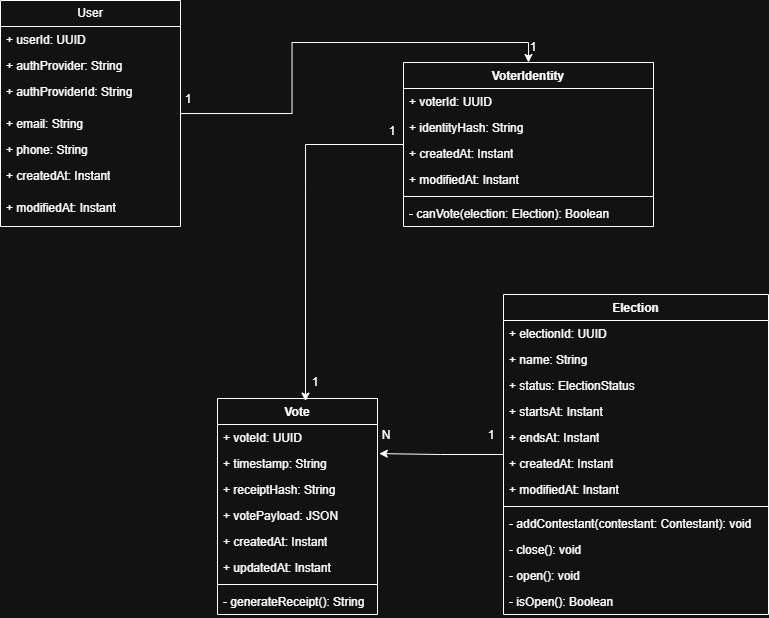
Above: images/class_diagram_v4.png in andreixmartins/arch-kata2 (draw.io), before the change. Source tidied: cells renumbered, new cells last; positions are measured from the earlier drawing's top-left corner, leaving out a move shared by most shapes.
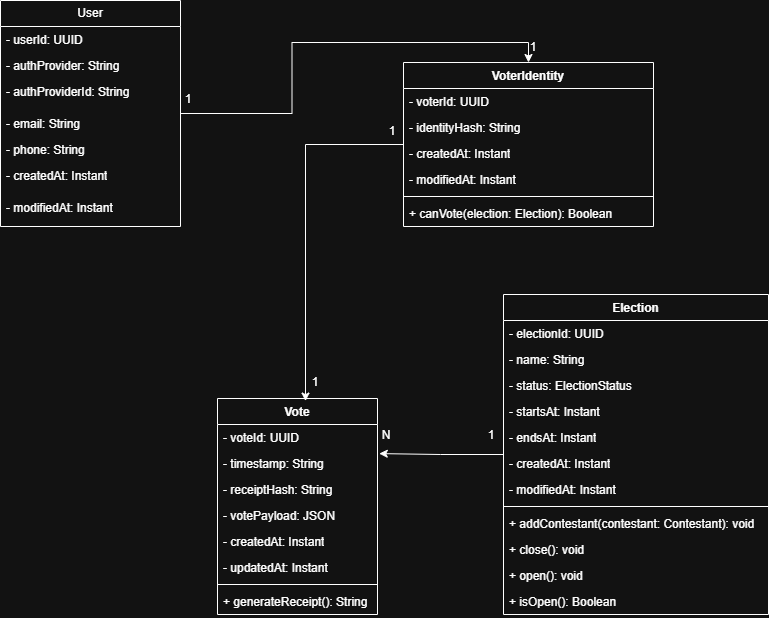
After the change.

Commit message:
FFucks - Updated class diagram

The edit, as a diff of the source:
```diff
@@ -8,112 +8,112 @@
     <mxCell id="3" value="User" style="swimlane;fontStyle=0;horizontal=1;startSize=26;fillColor=none;whiteSpace=wrap;html=1;" parent="1" vertex="1">
       <mxGeometry width="180" height="226" as="geometry" />
     </mxCell>
-    <mxCell id="4" value="+ userId: UUID" style="text;strokeColor=none;fillColor=none;align=left;verticalAlign=top;spacingLeft=4;spacingRight=4;overflow=hidden;whiteSpace=wrap;html=1;" parent="3" vertex="1">
+    <mxCell id="4" value="- userId: UUID" style="text;strokeColor=none;fillColor=none;align=left;verticalAlign=top;spacingLeft=4;spacingRight=4;overflow=hidden;whiteSpace=wrap;html=1;" parent="3" vertex="1">
       <mxGeometry y="26" width="180" height="26" as="geometry" />
     </mxCell>
-    <mxCell id="5" value="+ authProvider: String" style="text;strokeColor=none;fillColor=none;align=left;verticalAlign=top;spacingLeft=4;spacingRight=4;overflow=hidden;whiteSpace=wrap;html=1;" parent="3" vertex="1">
+    <mxCell id="5" value="- authProvider: String" style="text;strokeColor=none;fillColor=none;align=left;verticalAlign=top;spacingLeft=4;spacingRight=4;overflow=hidden;whiteSpace=wrap;html=1;" parent="3" vertex="1">
       <mxGeometry y="52" width="180" height="26" as="geometry" />
     </mxCell>
-    <mxCell id="6" value="+ authProviderId: String" style="text;strokeColor=none;fillColor=none;align=left;verticalAlign=top;spacingLeft=4;spacingRight=4;overflow=hidden;whiteSpace=wrap;html=1;" parent="3" vertex="1">
+    <mxCell id="6" value="- authProviderId: String" style="text;strokeColor=none;fillColor=none;align=left;verticalAlign=top;spacingLeft=4;spacingRight=4;overflow=hidden;whiteSpace=wrap;html=1;" parent="3" vertex="1">
       <mxGeometry y="78" width="180" height="32" as="geometry" />
     </mxCell>
-    <mxCell id="7" value="+ email: String" style="text;strokeColor=none;fillColor=none;align=left;verticalAlign=top;spacingLeft=4;spacingRight=4;overflow=hidden;whiteSpace=wrap;html=1;" parent="3" vertex="1">
+    <mxCell id="7" value="- email: String" style="text;strokeColor=none;fillColor=none;align=left;verticalAlign=top;spacingLeft=4;spacingRight=4;overflow=hidden;whiteSpace=wrap;html=1;" parent="3" vertex="1">
       <mxGeometry y="110" width="180" height="26" as="geometry" />
     </mxCell>
-    <mxCell id="8" value="+ phone: String" style="text;strokeColor=none;fillColor=none;align=left;verticalAlign=top;spacingLeft=4;spacingRight=4;overflow=hidden;whiteSpace=wrap;html=1;" parent="3" vertex="1">
+    <mxCell id="8" value="- phone: String" style="text;strokeColor=none;fillColor=none;align=left;verticalAlign=top;spacingLeft=4;spacingRight=4;overflow=hidden;whiteSpace=wrap;html=1;" parent="3" vertex="1">
       <mxGeometry y="136" width="180" height="26" as="geometry" />
     </mxCell>
-    <mxCell id="9" value="+ createdAt: Instant" style="text;strokeColor=none;fillColor=none;align=left;verticalAlign=top;spacingLeft=4;spacingRight=4;overflow=hidden;whiteSpace=wrap;html=1;" parent="3" vertex="1">
+    <mxCell id="9" value="- createdAt: Instant" style="text;strokeColor=none;fillColor=none;align=left;verticalAlign=top;spacingLeft=4;spacingRight=4;overflow=hidden;whiteSpace=wrap;html=1;" parent="3" vertex="1">
       <mxGeometry y="162" width="180" height="32" as="geometry" />
     </mxCell>
-    <mxCell id="10" value="+ modifiedAt: Instant" style="text;strokeColor=none;fillColor=none;align=left;verticalAlign=top;spacingLeft=4;spacingRight=4;overflow=hidden;whiteSpace=wrap;html=1;" parent="3" vertex="1">
+    <mxCell id="10" value="- modifiedAt: Instant" style="text;strokeColor=none;fillColor=none;align=left;verticalAlign=top;spacingLeft=4;spacingRight=4;overflow=hidden;whiteSpace=wrap;html=1;" parent="3" vertex="1">
       <mxGeometry y="194" width="180" height="32" as="geometry" />
     </mxCell>
     <mxCell id="11" value="VoterIdentity" style="swimlane;fontStyle=1;align=center;verticalAlign=top;horizontal=1;startSize=26;whiteSpace=wrap;html=1;" parent="1" vertex="1">
       <mxGeometry x="403" y="62" width="250" height="164" as="geometry" />
     </mxCell>
-    <mxCell id="12" value="+ voterId: UUID" style="text;strokeColor=none;fillColor=none;align=left;verticalAlign=top;spacingLeft=4;spacingRight=4;overflow=hidden;whiteSpace=wrap;html=1;" parent="11" vertex="1">
+    <mxCell id="12" value="- voterId: UUID" style="text;strokeColor=none;fillColor=none;align=left;verticalAlign=top;spacingLeft=4;spacingRight=4;overflow=hidden;whiteSpace=wrap;html=1;" parent="11" vertex="1">
       <mxGeometry y="26" width="250" height="26" as="geometry" />
     </mxCell>
-    <mxCell id="13" value="+ identityHash: String" style="text;strokeColor=none;fillColor=none;align=left;verticalAlign=top;spacingLeft=4;spacingRight=4;overflow=hidden;whiteSpace=wrap;html=1;" parent="11" vertex="1">
+    <mxCell id="13" value="- identityHash: String" style="text;strokeColor=none;fillColor=none;align=left;verticalAlign=top;spacingLeft=4;spacingRight=4;overflow=hidden;whiteSpace=wrap;html=1;" parent="11" vertex="1">
       <mxGeometry y="52" width="250" height="26" as="geometry" />
     </mxCell>
-    <mxCell id="14" value="+ createdAt: Instant" style="text;strokeColor=none;fillColor=none;align=left;verticalAlign=top;spacingLeft=4;spacingRight=4;overflow=hidden;whiteSpace=wrap;html=1;" parent="11" vertex="1">
+    <mxCell id="14" value="- createdAt: Instant" style="text;strokeColor=none;fillColor=none;align=left;verticalAlign=top;spacingLeft=4;spacingRight=4;overflow=hidden;whiteSpace=wrap;html=1;" parent="11" vertex="1">
       <mxGeometry y="78" width="250" height="26" as="geometry" />
     </mxCell>
-    <mxCell id="15" value="+ modifiedAt: Instant" style="text;strokeColor=none;fillColor=none;align=left;verticalAlign=top;spacingLeft=4;spacingRight=4;overflow=hidden;whiteSpace=wrap;html=1;" parent="11" vertex="1">
+    <mxCell id="15" value="- modifiedAt: Instant" style="text;strokeColor=none;fillColor=none;align=left;verticalAlign=top;spacingLeft=4;spacingRight=4;overflow=hidden;whiteSpace=wrap;html=1;" parent="11" vertex="1">
       <mxGeometry y="104" width="250" height="26" as="geometry" />
     </mxCell>
     <mxCell id="16" style="line;strokeWidth=1;fillColor=none;align=left;verticalAlign=middle;spacingTop=-1;spacingLeft=3;spacingRight=3;labelPosition=right;strokeColor=inherit;" parent="11" vertex="1">
       <mxGeometry y="130" width="250" height="8" as="geometry" />
     </mxCell>
-    <mxCell id="17" value="- canVote(election: Election): Boolean" style="text;strokeColor=none;fillColor=none;align=left;verticalAlign=top;spacingLeft=4;spacingRight=4;overflow=hidden;whiteSpace=wrap;html=1;" parent="11" vertex="1">
+    <mxCell id="17" value="+ canVote(election: Election): Boolean" style="text;strokeColor=none;fillColor=none;align=left;verticalAlign=top;spacingLeft=4;spacingRight=4;overflow=hidden;whiteSpace=wrap;html=1;" parent="11" vertex="1">
       <mxGeometry y="138" width="250" height="26" as="geometry" />
     </mxCell>
     <mxCell id="18" value="Election" style="swimlane;fontStyle=1;align=center;verticalAlign=top;horizontal=1;startSize=26;whiteSpace=wrap;html=1;" parent="1" vertex="1">
       <mxGeometry x="503" y="294" width="265" height="320" as="geometry" />
     </mxCell>
-    <mxCell id="19" value="+ electionId: UUID" style="text;strokeColor=none;fillColor=none;align=left;verticalAlign=top;spacingLeft=4;spacingRight=4;overflow=hidden;whiteSpace=wrap;html=1;" parent="18" vertex="1">
+    <mxCell id="19" value="- electionId: UUID" style="text;strokeColor=none;fillColor=none;align=left;verticalAlign=top;spacingLeft=4;spacingRight=4;overflow=hidden;whiteSpace=wrap;html=1;" parent="18" vertex="1">
       <mxGeometry y="26" width="265" height="26" as="geometry" />
     </mxCell>
-    <mxCell id="20" value="+ name: String" style="text;strokeColor=none;fillColor=none;align=left;verticalAlign=top;spacingLeft=4;spacingRight=4;overflow=hidden;whiteSpace=wrap;html=1;" parent="18" vertex="1">
+    <mxCell id="20" value="- name: String" style="text;strokeColor=none;fillColor=none;align=left;verticalAlign=top;spacingLeft=4;spacingRight=4;overflow=hidden;whiteSpace=wrap;html=1;" parent="18" vertex="1">
       <mxGeometry y="52" width="265" height="26" as="geometry" />
     </mxCell>
-    <mxCell id="21" value="+ status: ElectionStatus" style="text;strokeColor=none;fillColor=none;align=left;verticalAlign=top;spacingLeft=4;spacingRight=4;overflow=hidden;whiteSpace=wrap;html=1;" parent="18" vertex="1">
+    <mxCell id="21" value="- status: ElectionStatus" style="text;strokeColor=none;fillColor=none;align=left;verticalAlign=top;spacingLeft=4;spacingRight=4;overflow=hidden;whiteSpace=wrap;html=1;" parent="18" vertex="1">
       <mxGeometry y="78" width="265" height="26" as="geometry" />
     </mxCell>
-    <mxCell id="22" value="+ startsAt: Instant" style="text;strokeColor=none;fillColor=none;align=left;verticalAlign=top;spacingLeft=4;spacingRight=4;overflow=hidden;whiteSpace=wrap;html=1;" parent="18" vertex="1">
+    <mxCell id="22" value="- startsAt: Instant" style="text;strokeColor=none;fillColor=none;align=left;verticalAlign=top;spacingLeft=4;spacingRight=4;overflow=hidden;whiteSpace=wrap;html=1;" parent="18" vertex="1">
       <mxGeometry y="104" width="265" height="26" as="geometry" />
     </mxCell>
-    <mxCell id="23" value="+ endsAt: Instant" style="text;strokeColor=none;fillColor=none;align=left;verticalAlign=top;spacingLeft=4;spacingRight=4;overflow=hidden;whiteSpace=wrap;html=1;" parent="18" vertex="1">
+    <mxCell id="23" value="- endsAt: Instant" style="text;strokeColor=none;fillColor=none;align=left;verticalAlign=top;spacingLeft=4;spacingRight=4;overflow=hidden;whiteSpace=wrap;html=1;" parent="18" vertex="1">
       <mxGeometry y="130" width="265" height="26" as="geometry" />
     </mxCell>
-    <mxCell id="24" value="+ createdAt: Instant" style="text;strokeColor=none;fillColor=none;align=left;verticalAlign=top;spacingLeft=4;spacingRight=4;overflow=hidden;whiteSpace=wrap;html=1;" parent="18" vertex="1">
+    <mxCell id="24" value="- createdAt: Instant" style="text;strokeColor=none;fillColor=none;align=left;verticalAlign=top;spacingLeft=4;spacingRight=4;overflow=hidden;whiteSpace=wrap;html=1;" parent="18" vertex="1">
       <mxGeometry y="156" width="265" height="26" as="geometry" />
     </mxCell>
-    <mxCell id="25" value="+ modifiedAt: Instant" style="text;strokeColor=none;fillColor=none;align=left;verticalAlign=top;spacingLeft=4;spacingRight=4;overflow=hidden;whiteSpace=wrap;html=1;" parent="18" vertex="1">
+    <mxCell id="25" value="- modifiedAt: Instant" style="text;strokeColor=none;fillColor=none;align=left;verticalAlign=top;spacingLeft=4;spacingRight=4;overflow=hidden;whiteSpace=wrap;html=1;" parent="18" vertex="1">
       <mxGeometry y="182" width="265" height="26" as="geometry" />
     </mxCell>
     <mxCell id="26" style="line;strokeWidth=1;fillColor=none;align=left;verticalAlign=middle;spacingTop=-1;spacingLeft=3;spacingRight=3;labelPosition=right;strokeColor=inherit;" parent="18" vertex="1">
       <mxGeometry y="208" width="265" height="8" as="geometry" />
     </mxCell>
-    <mxCell id="27" value="- addContestant(contestant: Contestant): void" style="text;strokeColor=none;fillColor=none;align=left;verticalAlign=top;spacingLeft=4;spacingRight=4;overflow=hidden;whiteSpace=wrap;html=1;" parent="18" vertex="1">
+    <mxCell id="27" value="+ addContestant(contestant: Contestant): void" style="text;strokeColor=none;fillColor=none;align=left;verticalAlign=top;spacingLeft=4;spacingRight=4;overflow=hidden;whiteSpace=wrap;html=1;" parent="18" vertex="1">
       <mxGeometry y="216" width="265" height="26" as="geometry" />
     </mxCell>
-    <mxCell id="28" value="- close(): void" style="text;strokeColor=none;fillColor=none;align=left;verticalAlign=top;spacingLeft=4;spacingRight=4;overflow=hidden;whiteSpace=wrap;html=1;" parent="18" vertex="1">
+    <mxCell id="28" value="+ close(): void" style="text;strokeColor=none;fillColor=none;align=left;verticalAlign=top;spacingLeft=4;spacingRight=4;overflow=hidden;whiteSpace=wrap;html=1;" parent="18" vertex="1">
       <mxGeometry y="242" width="265" height="26" as="geometry" />
     </mxCell>
-    <mxCell id="29" value="- open(): void" style="text;strokeColor=none;fillColor=none;align=left;verticalAlign=top;spacingLeft=4;spacingRight=4;overflow=hidden;whiteSpace=wrap;html=1;" parent="18" vertex="1">
+    <mxCell id="29" value="+ open(): void" style="text;strokeColor=none;fillColor=none;align=left;verticalAlign=top;spacingLeft=4;spacingRight=4;overflow=hidden;whiteSpace=wrap;html=1;" parent="18" vertex="1">
       <mxGeometry y="268" width="265" height="26" as="geometry" />
     </mxCell>
-    <mxCell id="30" value="- isOpen(): Boolean" style="text;strokeColor=none;fillColor=none;align=left;verticalAlign=top;spacingLeft=4;spacingRight=4;overflow=hidden;whiteSpace=wrap;html=1;" parent="18" vertex="1">
+    <mxCell id="30" value="+ isOpen(): Boolean" style="text;strokeColor=none;fillColor=none;align=left;verticalAlign=top;spacingLeft=4;spacingRight=4;overflow=hidden;whiteSpace=wrap;html=1;" parent="18" vertex="1">
       <mxGeometry y="294" width="265" height="26" as="geometry" />
     </mxCell>
     <mxCell id="31" value="Vote" style="swimlane;fontStyle=1;align=center;verticalAlign=top;horizontal=1;startSize=26;whiteSpace=wrap;html=1;" parent="1" vertex="1">
       <mxGeometry x="217" y="398" width="160" height="216" as="geometry" />
     </mxCell>
-    <mxCell id="32" value="+ voteId: UUID" style="text;strokeColor=none;fillColor=none;align=left;verticalAlign=top;spacingLeft=4;spacingRight=4;overflow=hidden;whiteSpace=wrap;html=1;" parent="31" vertex="1">
+    <mxCell id="32" value="- voteId: UUID" style="text;strokeColor=none;fillColor=none;align=left;verticalAlign=top;spacingLeft=4;spacingRight=4;overflow=hidden;whiteSpace=wrap;html=1;" parent="31" vertex="1">
       <mxGeometry y="26" width="160" height="26" as="geometry" />
     </mxCell>
-    <mxCell id="33" value="+ timestamp: String" style="text;strokeColor=none;fillColor=none;align=left;verticalAlign=top;spacingLeft=4;spacingRight=4;overflow=hidden;points=[[0,0.5],[1,0.5]];portConstraint=eastwest;whiteSpace=wrap;html=1;" parent="31" vertex="1">
+    <mxCell id="33" value="- timestamp: String" style="text;strokeColor=none;fillColor=none;align=left;verticalAlign=top;spacingLeft=4;spacingRight=4;overflow=hidden;points=[[0,0.5],[1,0.5]];portConstraint=eastwest;whiteSpace=wrap;html=1;" parent="31" vertex="1">
       <mxGeometry y="52" width="160" height="26" as="geometry" />
     </mxCell>
-    <mxCell id="34" value="+ receiptHash: String" style="text;strokeColor=none;fillColor=none;align=left;verticalAlign=top;spacingLeft=4;spacingRight=4;overflow=hidden;whiteSpace=wrap;html=1;" parent="31" vertex="1">
+    <mxCell id="34" value="- receiptHash: String" style="text;strokeColor=none;fillColor=none;align=left;verticalAlign=top;spacingLeft=4;spacingRight=4;overflow=hidden;whiteSpace=wrap;html=1;" parent="31" vertex="1">
       <mxGeometry y="78" width="160" height="26" as="geometry" />
     </mxCell>
-    <mxCell id="35" value="+ votePayload: JSON" style="text;strokeColor=none;fillColor=none;align=left;verticalAlign=top;spacingLeft=4;spacingRight=4;overflow=hidden;whiteSpace=wrap;html=1;" parent="31" vertex="1">
+    <mxCell id="35" value="- votePayload: JSON" style="text;strokeColor=none;fillColor=none;align=left;verticalAlign=top;spacingLeft=4;spacingRight=4;overflow=hidden;whiteSpace=wrap;html=1;" parent="31" vertex="1">
       <mxGeometry y="104" width="160" height="26" as="geometry" />
     </mxCell>
-    <mxCell id="36" value="+ createdAt: Instant" style="text;strokeColor=none;fillColor=none;align=left;verticalAlign=top;spacingLeft=4;spacingRight=4;overflow=hidden;whiteSpace=wrap;html=1;" parent="31" vertex="1">
+    <mxCell id="36" value="- createdAt: Instant" style="text;strokeColor=none;fillColor=none;align=left;verticalAlign=top;spacingLeft=4;spacingRight=4;overflow=hidden;whiteSpace=wrap;html=1;" parent="31" vertex="1">
       <mxGeometry y="130" width="160" height="26" as="geometry" />
     </mxCell>
-    <mxCell id="37" value="+ updatedAt: Instant" style="text;strokeColor=none;fillColor=none;align=left;verticalAlign=top;spacingLeft=4;spacingRight=4;overflow=hidden;whiteSpace=wrap;html=1;" parent="31" vertex="1">
+    <mxCell id="37" value="- updatedAt: Instant" style="text;strokeColor=none;fillColor=none;align=left;verticalAlign=top;spacingLeft=4;spacingRight=4;overflow=hidden;whiteSpace=wrap;html=1;" parent="31" vertex="1">
       <mxGeometry y="156" width="160" height="26" as="geometry" />
     </mxCell>
     <mxCell id="38" style="line;strokeWidth=1;fillColor=none;align=left;verticalAlign=middle;spacingTop=-1;spacingLeft=3;spacingRight=3;labelPosition=right;strokeColor=inherit;" parent="31" vertex="1">
       <mxGeometry y="182" width="160" height="8" as="geometry" />
     </mxCell>
-    <mxCell id="39" value="- generateReceipt(): String" style="text;strokeColor=none;fillColor=none;align=left;verticalAlign=top;spacingLeft=4;spacingRight=4;overflow=hidden;whiteSpace=wrap;html=1;" parent="31" vertex="1">
+    <mxCell id="39" value="+ generateReceipt(): String" style="text;strokeColor=none;fillColor=none;align=left;verticalAlign=top;spacingLeft=4;spacingRight=4;overflow=hidden;whiteSpace=wrap;html=1;" parent="31" vertex="1">
       <mxGeometry y="190" width="160" height="26" as="geometry" />
     </mxCell>
     <mxCell id="40" value="1" style="text;html=1;whiteSpace=wrap;strokeColor=none;fillColor=none;align=center;verticalAlign=middle;rounded=0;" parent="1" vertex="1">
```
